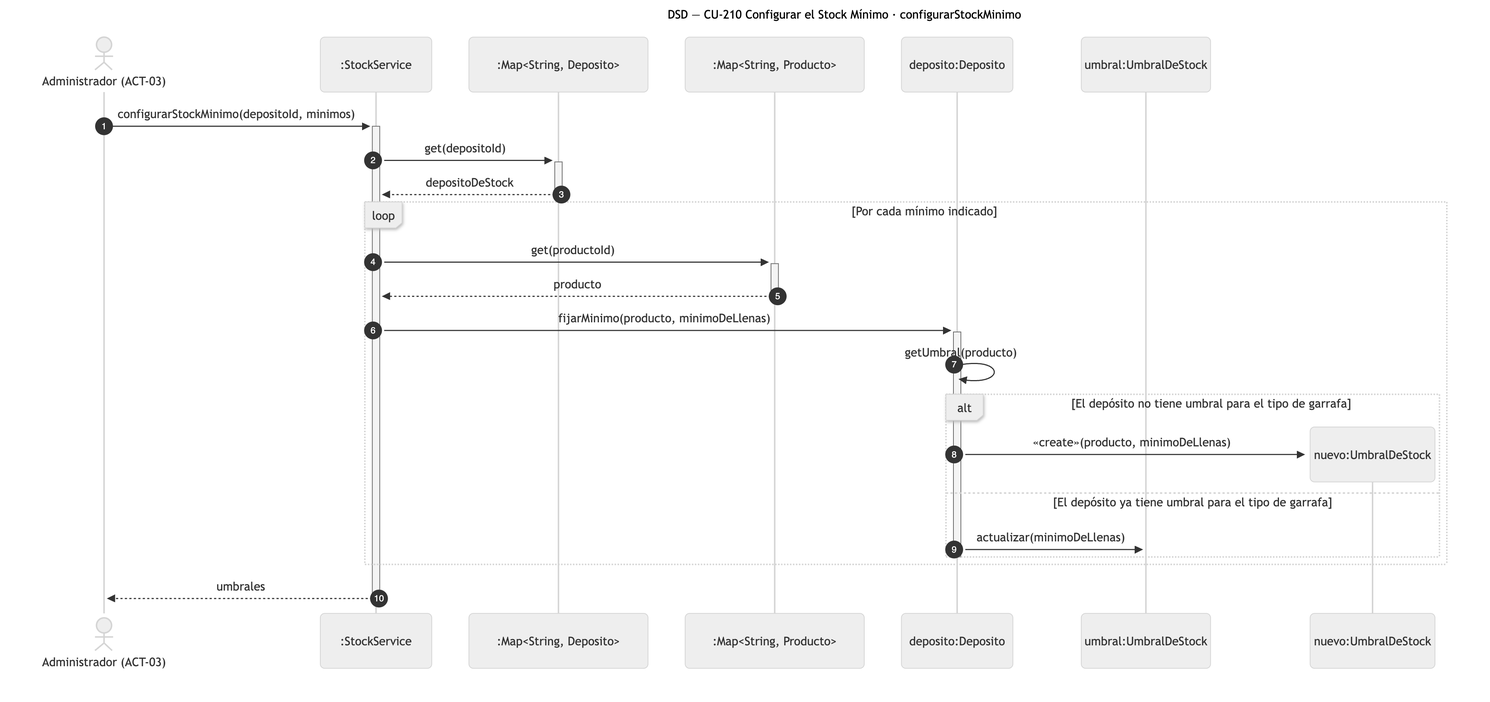
This is diagramas/png/DSD_CU-210_configurarStockMinimo.png from Nahuelito-Dev/splg-docs, a Mermaid export, as it was before one commit. Its source is kept beside it as diagramas/DSD_CU-210_configurarStockMinimo.mmd.
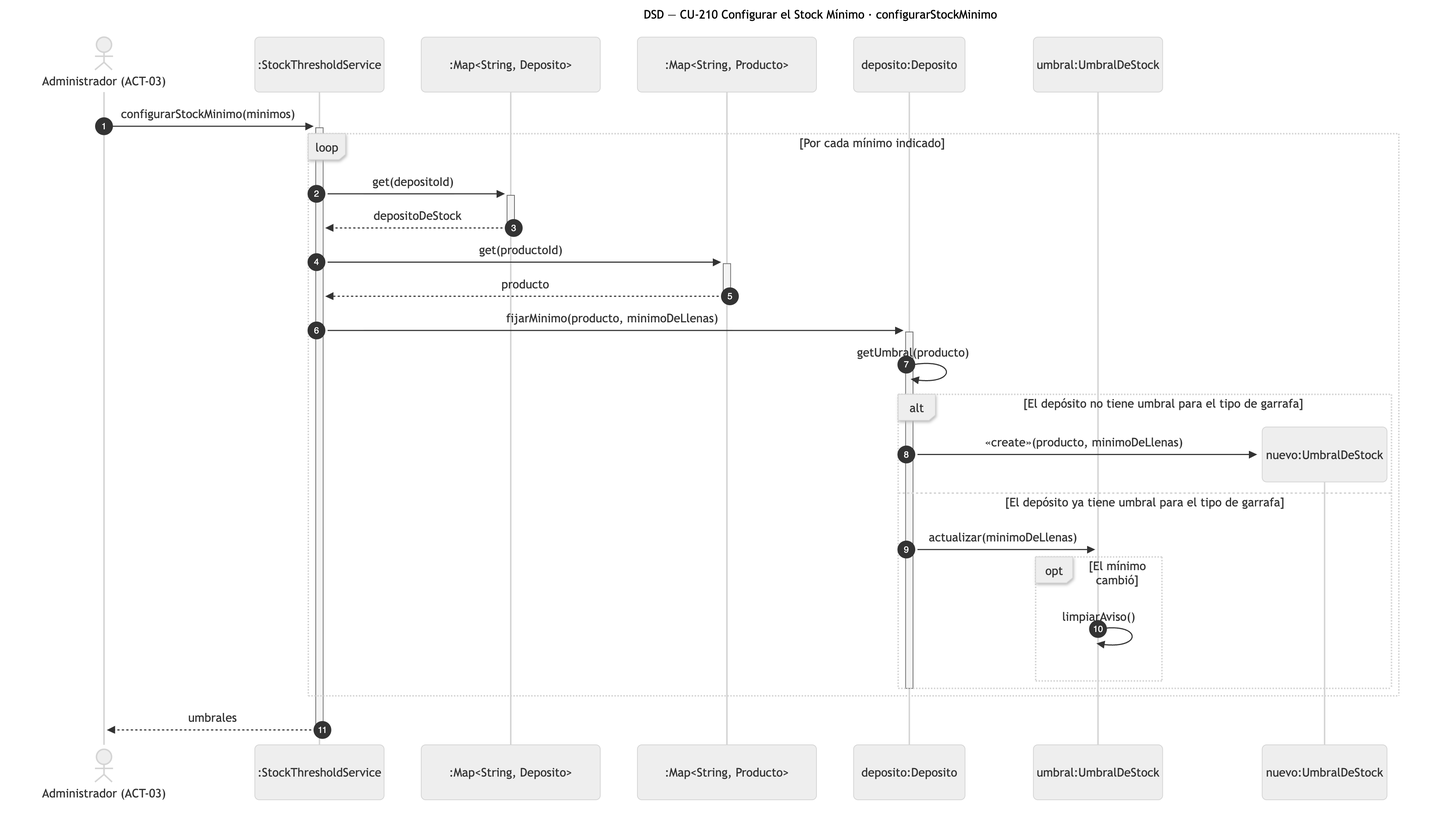
Later version of the same file.

Diff of the diagram source:
```diff
@@ -2,16 +2,16 @@
     title DSD — CU-210 Configurar el Stock Mínimo · configurarStockMinimo
     autonumber
     actor ADM as Administrador (ACT-03)
-    participant SRV as :StockService
+    participant SRV as :StockThresholdService
     participant COL as :Map#lt;String, Deposito#gt;
     participant PRS as :Map#lt;String, Producto#gt;
     participant DEP as deposito:Deposito
     participant UMB as umbral:UmbralDeStock
 
-    ADM->>+SRV: configurarStockMinimo(depositoId, minimos)
-    SRV->>+COL: get(depositoId)
-    COL-->>-SRV: depositoDeStock
+    ADM->>+SRV: configurarStockMinimo(minimos)
     loop Por cada mínimo indicado
+        SRV->>+COL: get(depositoId)
+        COL-->>-SRV: depositoDeStock
         SRV->>+PRS: get(productoId)
         PRS-->>-SRV: producto
         SRV->>+DEP: fijarMinimo(producto, minimoDeLlenas)
@@ -21,6 +21,9 @@
             DEP->>NUM: «create»(producto, minimoDeLlenas)
         else El depósito ya tiene umbral para el tipo de garrafa
             DEP->>UMB: actualizar(minimoDeLlenas)
+            opt El mínimo cambió
+                UMB->>UMB: limpiarAviso()
+            end
         end
         deactivate DEP
     end
```
